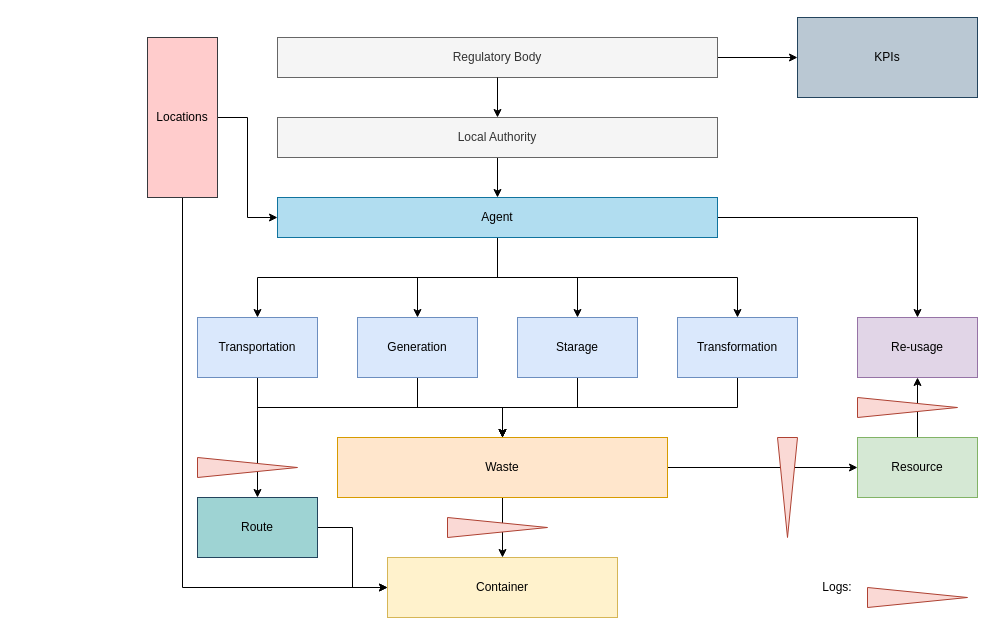
Above: TopLevelModel/General.drawio in Urban-JonathanCohen/GeneralWasteDataModel (draw.io), before the change. Source tidied: cells renumbered, new cells numbered last; positions are measured from the earlier drawing's top-left corner, leaving out a move shared by most shapes. Both pictures are drawn from the tidied source at 100%, with x=0, y=0 at pixel (147, 17).
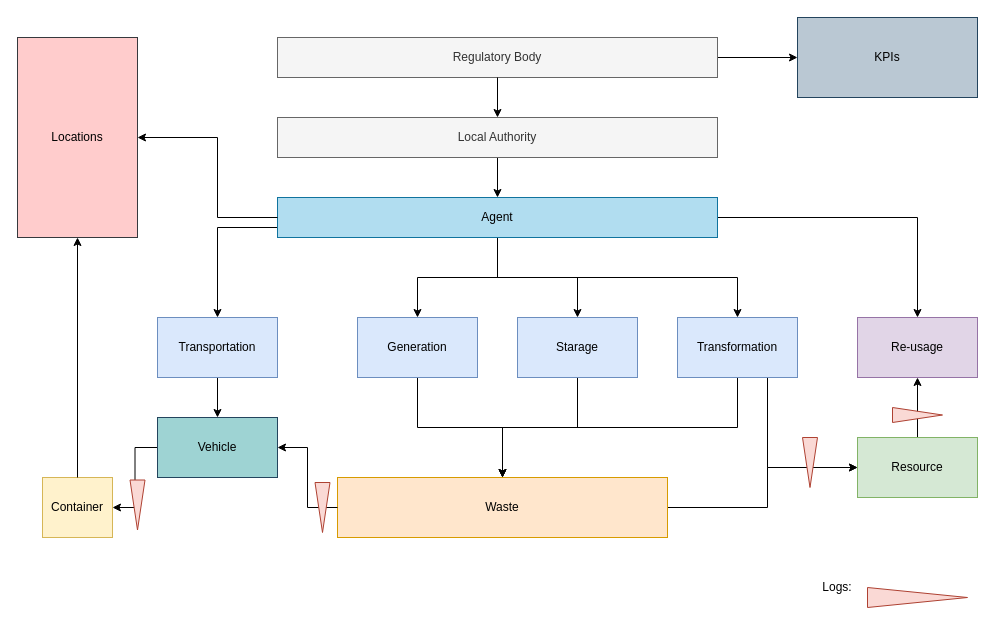
After the change.

Unchanged cells that the change refers to:
```xml
<mxCell id="17" value="Transformation" style="rounded=0;whiteSpace=wrap;html=1;fillColor=#dae8fc;strokeColor=#6c8ebf;" parent="1" vertex="1">
  <mxGeometry x="530" y="300" width="120" height="60" as="geometry" />
</mxCell>
<mxCell id="28" value="Resource" style="rounded=0;whiteSpace=wrap;html=1;fillColor=#d5e8d4;strokeColor=#82b366;" parent="1" vertex="1">
  <mxGeometry x="710" y="420" width="120" height="60" as="geometry" />
</mxCell>
<mxCell id="30" value="Agent" style="rounded=0;whiteSpace=wrap;html=1;fillColor=#b1ddf0;strokeColor=#10739e;" parent="1" vertex="1">
  <mxGeometry x="130" y="180" width="440" height="40" as="geometry" />
</mxCell>
```

Change to the diagram source:
```diff
@@
-    <mxCell id="5" style="edgeStyle=orthogonalEdgeStyle;rounded=0;jettySize=auto;html=1;entryX=0.5;entryY=0;entryDx=0;entryDy=0;exitX=0.5;exitY=1;exitDx=0;exitDy=0;" parent="1" edge="1" source="30" target="8">
-      <mxGeometry relative="1" as="geometry" />
+    <mxCell id="5" style="edgeStyle=orthogonalEdgeStyle;rounded=0;jettySize=auto;html=1;entryX=0.5;entryY=0;entryDx=0;entryDy=0;exitX=0;exitY=0.5;exitDx=0;exitDy=0;" parent="1" edge="1" source="30" target="8">
+      <mxGeometry relative="1" as="geometry">
+        <Array as="points">
+          <mxPoint x="130" y="210" />
+          <mxPoint x="70" y="210" />
+        </Array>
+      </mxGeometry>
     </mxCell>
-    <mxCell id="6" style="edgeStyle=orthogonalEdgeStyle;rounded=0;jettySize=auto;html=1;entryX=0.5;entryY=0;entryDx=0;entryDy=0;" parent="1" edge="1" source="8" target="26">
-      <mxGeometry relative="1" as="geometry">
-        <Array as="points">
-          <mxPoint x="110" y="390" />
-          <mxPoint x="355" y="390" />
-        </Array>
-      </mxGeometry>
-    </mxCell>
@@
     <mxCell id="8" value="Transportation" style="rounded=0;whiteSpace=wrap;html=1;fillColor=#dae8fc;strokeColor=#6c8ebf;" parent="1" vertex="1">
-      <mxGeometry x="50" y="300" width="120" height="60" as="geometry" />
+      <mxGeometry x="10" y="300" width="120" height="60" as="geometry" />
     </mxCell>
@@
     <mxCell id="16" style="edgeStyle=orthogonalEdgeStyle;rounded=0;jettySize=auto;html=1;entryX=0.5;entryY=0;entryDx=0;entryDy=0;" parent="1" edge="1" source="17" target="26">
       <mxGeometry relative="1" as="geometry">
         <Array as="points">
-          <mxPoint x="590" y="390" />
-          <mxPoint x="355" y="390" />
+          <mxPoint x="590" y="410" />
+          <mxPoint x="355" y="410" />
         </Array>
       </mxGeometry>
     </mxCell>
+    <mxCell id="42" style="edgeStyle=orthogonalEdgeStyle;rounded=0;jettySize=auto;html=1;entryX=0;entryY=0.5;entryDx=0;entryDy=0;" parent="1" edge="1" source="17" target="28">
+      <mxGeometry relative="1" as="geometry">
+        <Array as="points">
+          <mxPoint x="620" y="450" />
+        </Array>
+      </mxGeometry>
+    </mxCell>
@@
     <mxCell id="23" style="edgeStyle=orthogonalEdgeStyle;rounded=0;jettySize=auto;html=1;entryX=0;entryY=0.5;entryDx=0;entryDy=0;" parent="1" edge="1" source="26" target="28">
-      <mxGeometry relative="1" as="geometry" />
+      <mxGeometry relative="1" as="geometry">
+        <Array as="points">
+          <mxPoint x="620" y="490" />
+          <mxPoint x="620" y="450" />
+        </Array>
+      </mxGeometry>
     </mxCell>
-    <mxCell id="24" style="edgeStyle=orthogonalEdgeStyle;rounded=0;jettySize=auto;html=1;exitX=0.5;exitY=1;exitDx=0;exitDy=0;" parent="1" edge="1" source="26" target="29">
+    <mxCell id="24" style="edgeStyle=orthogonalEdgeStyle;rounded=0;jettySize=auto;html=1;exitX=0;exitY=0.5;exitDx=0;exitDy=0;" parent="1" edge="1" source="37" target="29">
       <mxGeometry relative="1" as="geometry" />
     </mxCell>
-    <mxCell id="25" style="edgeStyle=orthogonalEdgeStyle;rounded=0;jettySize=auto;html=1;" parent="1" edge="1" source="26">
-      <mxGeometry relative="1" as="geometry">
-        <mxPoint x="355" y="430" as="targetPoint" />
-      </mxGeometry>
-    </mxCell>
     <mxCell id="26" value="Waste" style="rounded=0;whiteSpace=wrap;html=1;fillColor=#ffe6cc;strokeColor=#d79b00;" parent="1" vertex="1">
-      <mxGeometry x="190" y="420" width="330" height="60" as="geometry" />
+      <mxGeometry x="190" y="460" width="330" height="60" as="geometry" />
     </mxCell>
@@
+    <mxCell id="43" style="edgeStyle=orthogonalEdgeStyle;rounded=0;jettySize=auto;html=1;entryX=1;entryY=0.5;entryDx=0;entryDy=0;" parent="1" edge="1" source="26" target="37">
+      <mxGeometry relative="1" as="geometry" />
+    </mxCell>
     <mxCell id="29" value="Container" style="rounded=0;whiteSpace=wrap;html=1;fillColor=#fff2cc;strokeColor=#d6b656;" parent="1" vertex="1">
-      <mxGeometry x="240" y="540" width="230" height="60" as="geometry" />
+      <mxGeometry x="-105" y="460" width="70" height="60" as="geometry" />
     </mxCell>
@@
-    <mxCell id="31" style="triangle;whiteSpace=wrap;html=1;fillColor=#fad9d5;strokeColor=#ae4132;" parent="1" vertex="1">
-      <mxGeometry x="300" y="500" width="100" height="20" as="geometry" />
-    </mxCell>
-    <mxCell id="32" style="triangle;whiteSpace=wrap;html=1;fillColor=#fad9d5;strokeColor=#ae4132;" parent="1" vertex="1">
-      <mxGeometry x="710" y="380" width="100" height="20" as="geometry" />
-    </mxCell>
-    <mxCell id="33" style="triangle;whiteSpace=wrap;html=1;fillColor=#fad9d5;strokeColor=#ae4132;rotation=90;" parent="1" vertex="1">
-      <mxGeometry x="590" y="460" width="100" height="20" as="geometry" />
-    </mxCell>
@@
-    <mxCell id="36" style="edgeStyle=orthogonalEdgeStyle;rounded=0;jettySize=auto;html=1;" parent="1" edge="1" source="37" target="29">
-      <mxGeometry relative="1" as="geometry" />
-    </mxCell>
-    <mxCell id="37" value="Route" style="rounded=0;whiteSpace=wrap;html=1;strokeColor=#23445d;fillColor=#9ED3D3;" parent="1" vertex="1">
-      <mxGeometry x="50" y="480" width="120" height="60" as="geometry" />
+    <mxCell id="37" value="Vehicle" style="rounded=0;whiteSpace=wrap;html=1;strokeColor=#23445d;fillColor=#9ED3D3;" parent="1" vertex="1">
+      <mxGeometry x="10" y="400" width="120" height="60" as="geometry" />
     </mxCell>
-    <mxCell id="38" style="triangle;whiteSpace=wrap;html=1;fillColor=#fad9d5;strokeColor=#ae4132;" parent="1" vertex="1">
-      <mxGeometry x="50" y="440" width="100" height="20" as="geometry" />
-    </mxCell>
-    <mxCell id="39" style="edgeStyle=orthogonalEdgeStyle;rounded=0;jettySize=auto;html=1;entryX=0;entryY=0.5;entryDx=0;entryDy=0;" parent="1" edge="1" source="41" target="29">
-      <mxGeometry relative="1" as="geometry">
-        <Array as="points">
-          <mxPoint x="35" y="570" />
-        </Array>
-      </mxGeometry>
-    </mxCell>
-    <mxCell id="40" style="edgeStyle=orthogonalEdgeStyle;rounded=0;jettySize=auto;html=1;" parent="1" edge="1" source="41" target="30">
-      <mxGeometry relative="1" as="geometry" />
-    </mxCell>
     <mxCell id="41" value="Locations" style="rounded=0;whiteSpace=wrap;html=1;fillColor=#ffcccc;strokeColor=#36393d;" parent="1" vertex="1">
-      <mxGeometry y="20" width="70" height="160" as="geometry" />
+      <mxGeometry x="-130" y="20" width="120" height="200" as="geometry" />
     </mxCell>
+    <mxCell id="33" style="triangle;whiteSpace=wrap;html=1;fillColor=#fad9d5;strokeColor=#ae4132;rotation=90;" parent="1" vertex="1">
+      <mxGeometry x="637.5" y="437.5" width="50" height="15" as="geometry" />
+    </mxCell>
+    <mxCell id="44" style="triangle;whiteSpace=wrap;html=1;fillColor=#fad9d5;strokeColor=#ae4132;rotation=0;" parent="1" vertex="1">
+      <mxGeometry x="745" y="390" width="50" height="15" as="geometry" />
+    </mxCell>
+    <mxCell id="45" style="triangle;whiteSpace=wrap;html=1;fillColor=#fad9d5;strokeColor=#ae4132;rotation=90;" parent="1" vertex="1">
+      <mxGeometry x="150" y="482.5" width="50" height="15" as="geometry" />
+    </mxCell>
+    <mxCell id="46" style="triangle;whiteSpace=wrap;html=1;fillColor=#fad9d5;strokeColor=#ae4132;rotation=90;" parent="1" vertex="1">
+      <mxGeometry x="-35" y="480" width="50" height="15" as="geometry" />
+    </mxCell>
+    <mxCell id="47" style="endArrow=classic;html=1;entryX=1;entryY=0.5;entryDx=0;entryDy=0;exitX=0;exitY=0.5;exitDx=0;exitDy=0;rounded=0;edgeStyle=orthogonalEdgeStyle;" parent="1" edge="1" source="30" target="41">
+      <mxGeometry relative="1" as="geometry">
+        <Array as="points">
+          <mxPoint x="70" y="200" />
+          <mxPoint x="70" y="120" />
+        </Array>
+      </mxGeometry>
+    </mxCell>
+    <mxCell id="48" style="endArrow=classic;html=1;exitX=0.5;exitY=0;exitDx=0;exitDy=0;entryX=0.5;entryY=1;entryDx=0;entryDy=0;" parent="1" edge="1" source="29" target="41">
+      <mxGeometry relative="1" as="geometry" />
+    </mxCell>
```
